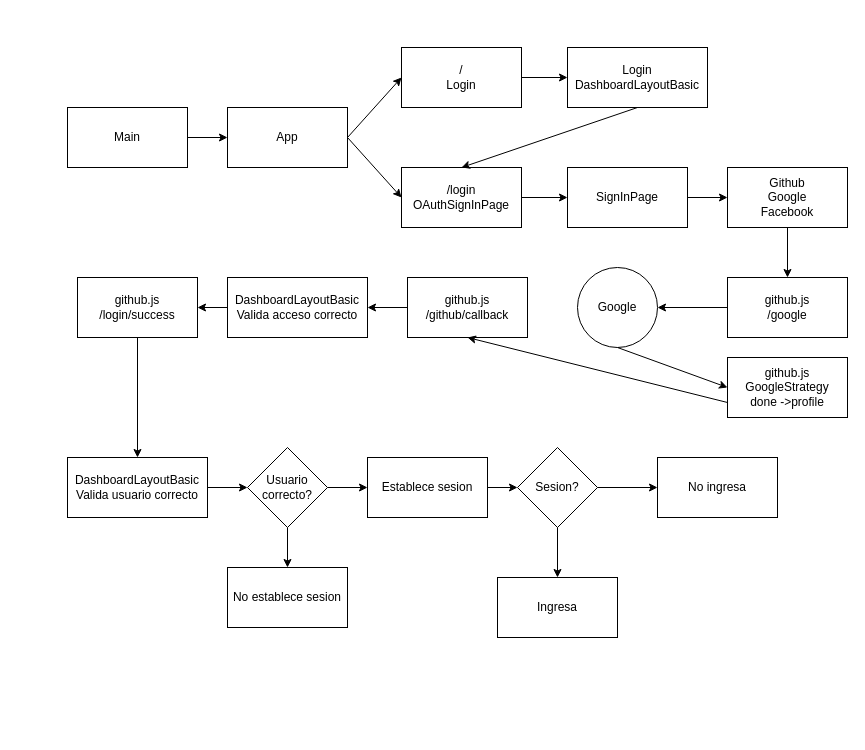
This is page "Página-3" (3 of 3) of Diagrama sin título.drawio from ocpdata/new-repo, a draw.io file, before an edit. Source tidied: cells renumbered, new cells numbered last; positions are measured from the earlier drawing's top-left corner, leaving out a move shared by most shapes. Both pictures are drawn from the tidied source at 100%, with x=0, y=0 at pixel (67, 47).
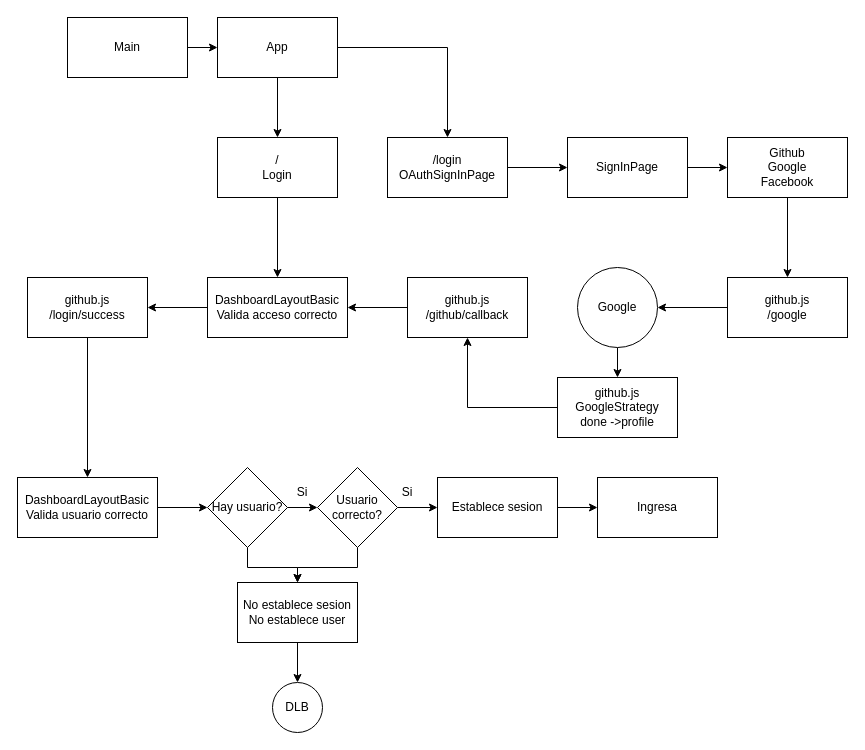
The same page after the edit.

The change refers to these unchanged cells:
```xml
<mxCell id="18" value="github.js&lt;div&gt;/github/callback&lt;/div&gt;" style="rounded=0;whiteSpace=wrap;html=1;" parent="1" vertex="1">
  <mxGeometry x="340" y="230" width="120" height="60" as="geometry" />
</mxCell>
<mxCell id="19" value="Google" style="ellipse;whiteSpace=wrap;html=1;" parent="1" vertex="1">
  <mxGeometry x="510" y="220" width="80" height="80" as="geometry" />
</mxCell>
```

Diff of the diagram source:
```diff
@@
     <mxCell id="2" value="Main" style="rounded=0;whiteSpace=wrap;html=1;" parent="1" vertex="1">
-      <mxGeometry y="60" width="120" height="60" as="geometry" />
+      <mxGeometry y="-30" width="120" height="60" as="geometry" />
     </mxCell>
+    <mxCell id="7" style="edgeStyle=orthogonalEdgeStyle;rounded=0;jettySize=auto;html=1;exitX=0.5;exitY=1;exitDx=0;exitDy=0;entryX=0.5;entryY=0;entryDx=0;entryDy=0;" parent="1" edge="1" source="3" target="4">
+      <mxGeometry relative="1" as="geometry" />
+    </mxCell>
     <mxCell id="3" value="App" style="rounded=0;whiteSpace=wrap;html=1;" parent="1" vertex="1">
-      <mxGeometry x="160" y="60" width="120" height="60" as="geometry" />
+      <mxGeometry x="150" y="-30" width="120" height="60" as="geometry" />
     </mxCell>
     <mxCell id="4" value="/&lt;div&gt;Login&lt;/div&gt;" style="rounded=0;whiteSpace=wrap;html=1;" parent="1" vertex="1">
-      <mxGeometry x="334" width="120" height="60" as="geometry" />
+      <mxGeometry x="150" y="90" width="120" height="60" as="geometry" />
     </mxCell>
-    <mxCell id="5" value="Login&lt;div&gt;DashboardLayoutBasic&lt;/div&gt;" style="rounded=0;whiteSpace=wrap;html=1;" parent="1" vertex="1">
-      <mxGeometry x="500" width="140" height="60" as="geometry" />
-    </mxCell>
@@
-    <mxCell id="7" style="endArrow=classic;html=1;rounded=0;exitX=1;exitY=0.5;exitDx=0;exitDy=0;entryX=0;entryY=0.5;entryDx=0;entryDy=0;" parent="1" edge="1" source="3" target="4">
-      <mxGeometry relative="1" as="geometry" />
-    </mxCell>
-    <mxCell id="8" style="endArrow=classic;html=1;rounded=0;exitX=1;exitY=0.5;exitDx=0;exitDy=0;entryX=0;entryY=0.5;entryDx=0;entryDy=0;" parent="1" edge="1" source="4" target="5">
+    <mxCell id="8" style="endArrow=classic;html=1;rounded=0;exitX=0.5;exitY=1;exitDx=0;exitDy=0;entryX=0.5;entryY=0;entryDx=0;entryDy=0;" parent="1" edge="1" source="4" target="27">
       <mxGeometry relative="1" as="geometry" />
     </mxCell>
     <mxCell id="9" value="/login&lt;div&gt;OAuthSignInPage&lt;/div&gt;" style="rounded=0;whiteSpace=wrap;html=1;" parent="1" vertex="1">
-      <mxGeometry x="334" y="120" width="120" height="60" as="geometry" />
+      <mxGeometry x="320" y="90" width="120" height="60" as="geometry" />
     </mxCell>
-    <mxCell id="10" style="endArrow=classic;html=1;rounded=0;exitX=1;exitY=0.5;exitDx=0;exitDy=0;entryX=0;entryY=0.5;entryDx=0;entryDy=0;" parent="1" edge="1" source="3" target="9">
+    <mxCell id="10" style="endArrow=classic;html=1;rounded=0;exitX=1;exitY=0.5;exitDx=0;exitDy=0;entryX=0.5;entryY=0;entryDx=0;entryDy=0;edgeStyle=orthogonalEdgeStyle;" parent="1" edge="1" source="3" target="9">
       <mxGeometry relative="1" as="geometry" />
     </mxCell>
     <mxCell id="11" value="SignInPage" style="rounded=0;whiteSpace=wrap;html=1;" parent="1" vertex="1">
-      <mxGeometry x="500" y="120" width="120" height="60" as="geometry" />
+      <mxGeometry x="500" y="90" width="120" height="60" as="geometry" />
     </mxCell>
@@
     <mxCell id="13" value="Github&lt;div&gt;Google&lt;/div&gt;&lt;div&gt;Facebook&lt;/div&gt;" style="rounded=0;whiteSpace=wrap;html=1;" parent="1" vertex="1">
-      <mxGeometry x="660" y="120" width="120" height="60" as="geometry" />
+      <mxGeometry x="660" y="90" width="120" height="60" as="geometry" />
     </mxCell>
-    <mxCell id="14" style="endArrow=classic;html=1;rounded=0;exitX=0.5;exitY=1;exitDx=0;exitDy=0;entryX=0.5;entryY=0;entryDx=0;entryDy=0;" parent="1" edge="1" source="5" target="9">
-      <mxGeometry relative="1" as="geometry" />
-    </mxCell>
@@
+    <mxCell id="22" style="edgeStyle=orthogonalEdgeStyle;rounded=0;jettySize=auto;html=1;exitX=0.5;exitY=1;exitDx=0;exitDy=0;entryX=0.5;entryY=0;entryDx=0;entryDy=0;" parent="1" edge="1" source="19" target="21">
+      <mxGeometry relative="1" as="geometry" />
+    </mxCell>
@@
     <mxCell id="21" value="github.js&lt;div&gt;GoogleStrategy&lt;/div&gt;&lt;div&gt;done -&amp;gt;profile&lt;/div&gt;" style="rounded=0;whiteSpace=wrap;html=1;" parent="1" vertex="1">
-      <mxGeometry x="660" y="310" width="120" height="60" as="geometry" />
+      <mxGeometry x="490" y="330" width="120" height="60" as="geometry" />
     </mxCell>
-    <mxCell id="22" style="endArrow=classic;html=1;rounded=0;exitX=0.5;exitY=1;exitDx=0;exitDy=0;entryX=0;entryY=0.5;entryDx=0;entryDy=0;" parent="1" edge="1" source="19" target="21">
-      <mxGeometry relative="1" as="geometry" />
-    </mxCell>
-    <mxCell id="23" style="endArrow=classic;html=1;rounded=0;exitX=0;exitY=0.75;exitDx=0;exitDy=0;entryX=0.5;entryY=1;entryDx=0;entryDy=0;" parent="1" edge="1" source="21" target="18">
+    <mxCell id="23" style="endArrow=classic;html=1;rounded=0;exitX=0;exitY=0.5;exitDx=0;exitDy=0;entryX=0.5;entryY=1;entryDx=0;entryDy=0;edgeStyle=orthogonalEdgeStyle;" parent="1" edge="1" source="21" target="18">
       <mxGeometry relative="1" as="geometry" />
     </mxCell>
-    <mxCell id="24" value="Sesion?" style="rhombus;whiteSpace=wrap;html=1;" parent="1" vertex="1">
-      <mxGeometry x="450" y="400" width="80" height="80" as="geometry" />
-    </mxCell>
-    <mxCell id="25" value="No ingresa" style="rounded=0;whiteSpace=wrap;html=1;" parent="1" vertex="1">
-      <mxGeometry x="590" y="410" width="120" height="60" as="geometry" />
-    </mxCell>
     <mxCell id="26" value="Ingresa" style="rounded=0;whiteSpace=wrap;html=1;" parent="1" vertex="1">
-      <mxGeometry x="430" y="530" width="120" height="60" as="geometry" />
+      <mxGeometry x="530" y="430" width="120" height="60" as="geometry" />
     </mxCell>
     <mxCell id="27" value="DashboardLayoutBasic&lt;div&gt;Valida acceso correcto&lt;/div&gt;" style="rounded=0;whiteSpace=wrap;html=1;" parent="1" vertex="1">
-      <mxGeometry x="160" y="230" width="140" height="60" as="geometry" />
+      <mxGeometry x="140" y="230" width="140" height="60" as="geometry" />
     </mxCell>
-    <mxCell id="28" style="endArrow=classic;html=1;rounded=0;exitX=1;exitY=0.5;exitDx=0;exitDy=0;entryX=0;entryY=0.5;entryDx=0;entryDy=0;" parent="1" edge="1" source="24" target="25">
-      <mxGeometry relative="1" as="geometry" />
-    </mxCell>
-    <mxCell id="29" style="endArrow=classic;html=1;rounded=0;exitX=0.5;exitY=1;exitDx=0;exitDy=0;entryX=0.5;entryY=0;entryDx=0;entryDy=0;" parent="1" edge="1" source="24" target="26">
-      <mxGeometry relative="1" as="geometry" />
-    </mxCell>
@@
     <mxCell id="32" value="github.js&lt;div&gt;/login/success&lt;/div&gt;" style="rounded=0;whiteSpace=wrap;html=1;" parent="1" vertex="1">
-      <mxGeometry x="10" y="230" width="120" height="60" as="geometry" />
+      <mxGeometry x="-40" y="230" width="120" height="60" as="geometry" />
     </mxCell>
-    <mxCell id="33" style="edgeStyle=orthogonalEdgeStyle;rounded=0;jettySize=auto;html=1;exitX=1;exitY=0.5;exitDx=0;exitDy=0;entryX=0;entryY=0.5;entryDx=0;entryDy=0;" parent="1" edge="1" source="34" target="38">
-      <mxGeometry relative="1" as="geometry" />
-    </mxCell>
+    <mxCell id="42" style="edgeStyle=orthogonalEdgeStyle;rounded=0;jettySize=auto;html=1;exitX=1;exitY=0.5;exitDx=0;exitDy=0;entryX=0;entryY=0.5;entryDx=0;entryDy=0;" parent="1" edge="1" source="34" target="47">
+      <mxGeometry relative="1" as="geometry" />
+    </mxCell>
     <mxCell id="34" value="DashboardLayoutBasic&lt;div&gt;Valida usuario correcto&lt;/div&gt;" style="rounded=0;whiteSpace=wrap;html=1;" parent="1" vertex="1">
-      <mxGeometry y="410" width="140" height="60" as="geometry" />
+      <mxGeometry x="-50" y="430" width="140" height="60" as="geometry" />
     </mxCell>
@@
     <mxCell id="38" value="Usuario correcto?" style="rhombus;whiteSpace=wrap;html=1;" parent="1" vertex="1">
-      <mxGeometry x="180" y="400" width="80" height="80" as="geometry" />
+      <mxGeometry x="250" y="420" width="80" height="80" as="geometry" />
     </mxCell>
-    <mxCell id="39" style="edgeStyle=orthogonalEdgeStyle;rounded=0;jettySize=auto;html=1;exitX=1;exitY=0.5;exitDx=0;exitDy=0;entryX=0;entryY=0.5;entryDx=0;entryDy=0;" parent="1" edge="1" source="40" target="24">
+    <mxCell id="39" style="edgeStyle=orthogonalEdgeStyle;rounded=0;jettySize=auto;html=1;exitX=1;exitY=0.5;exitDx=0;exitDy=0;entryX=0;entryY=0.5;entryDx=0;entryDy=0;" parent="1" edge="1" source="40" target="26">
       <mxGeometry relative="1" as="geometry" />
     </mxCell>
     <mxCell id="40" value="Establece sesion" style="rounded=0;whiteSpace=wrap;html=1;" parent="1" vertex="1">
-      <mxGeometry x="300" y="410" width="120" height="60" as="geometry" />
+      <mxGeometry x="370" y="430" width="120" height="60" as="geometry" />
     </mxCell>
+    <mxCell id="43" style="edgeStyle=orthogonalEdgeStyle;rounded=0;jettySize=auto;html=1;exitX=0.5;exitY=1;exitDx=0;exitDy=0;entryX=0.5;entryY=0;entryDx=0;entryDy=0;" parent="1" edge="1" source="41" target="44">
+      <mxGeometry relative="1" as="geometry" />
+    </mxCell>
-    <mxCell id="41" value="No establece sesion" style="rounded=0;whiteSpace=wrap;html=1;" parent="1" vertex="1">
-      <mxGeometry x="160" y="520" width="120" height="60" as="geometry" />
+    <mxCell id="41" value="No establece sesion&lt;div&gt;No establece user&lt;/div&gt;" style="rounded=0;whiteSpace=wrap;html=1;" parent="1" vertex="1">
+      <mxGeometry x="170" y="535" width="120" height="60" as="geometry" />
     </mxCell>
+    <mxCell id="44" value="DLB" style="ellipse;whiteSpace=wrap;html=1;" parent="1" vertex="1">
+      <mxGeometry x="205" y="635" width="50" height="50" as="geometry" />
+    </mxCell>
+    <mxCell id="45" style="edgeStyle=orthogonalEdgeStyle;rounded=0;jettySize=auto;html=1;exitX=1;exitY=0.5;exitDx=0;exitDy=0;entryX=0;entryY=0.5;entryDx=0;entryDy=0;" parent="1" edge="1" source="47" target="38">
+      <mxGeometry relative="1" as="geometry" />
+    </mxCell>
+    <mxCell id="46" style="edgeStyle=orthogonalEdgeStyle;rounded=0;jettySize=auto;html=1;exitX=0.5;exitY=1;exitDx=0;exitDy=0;entryX=0.5;entryY=0;entryDx=0;entryDy=0;" parent="1" edge="1" source="47" target="41">
+      <mxGeometry relative="1" as="geometry" />
+    </mxCell>
+    <mxCell id="47" value="Hay usuario?" style="rhombus;whiteSpace=wrap;html=1;" parent="1" vertex="1">
+      <mxGeometry x="140" y="420" width="80" height="80" as="geometry" />
+    </mxCell>
+    <mxCell id="48" value="Si" style="text;html=1;align=center;verticalAlign=middle;whiteSpace=wrap;rounded=0;" parent="1" vertex="1">
+      <mxGeometry x="205" y="430" width="60" height="30" as="geometry" />
+    </mxCell>
+    <mxCell id="49" value="Si" style="text;html=1;align=center;verticalAlign=middle;whiteSpace=wrap;rounded=0;" parent="1" vertex="1">
+      <mxGeometry x="310" y="430" width="60" height="30" as="geometry" />
+    </mxCell>
```
